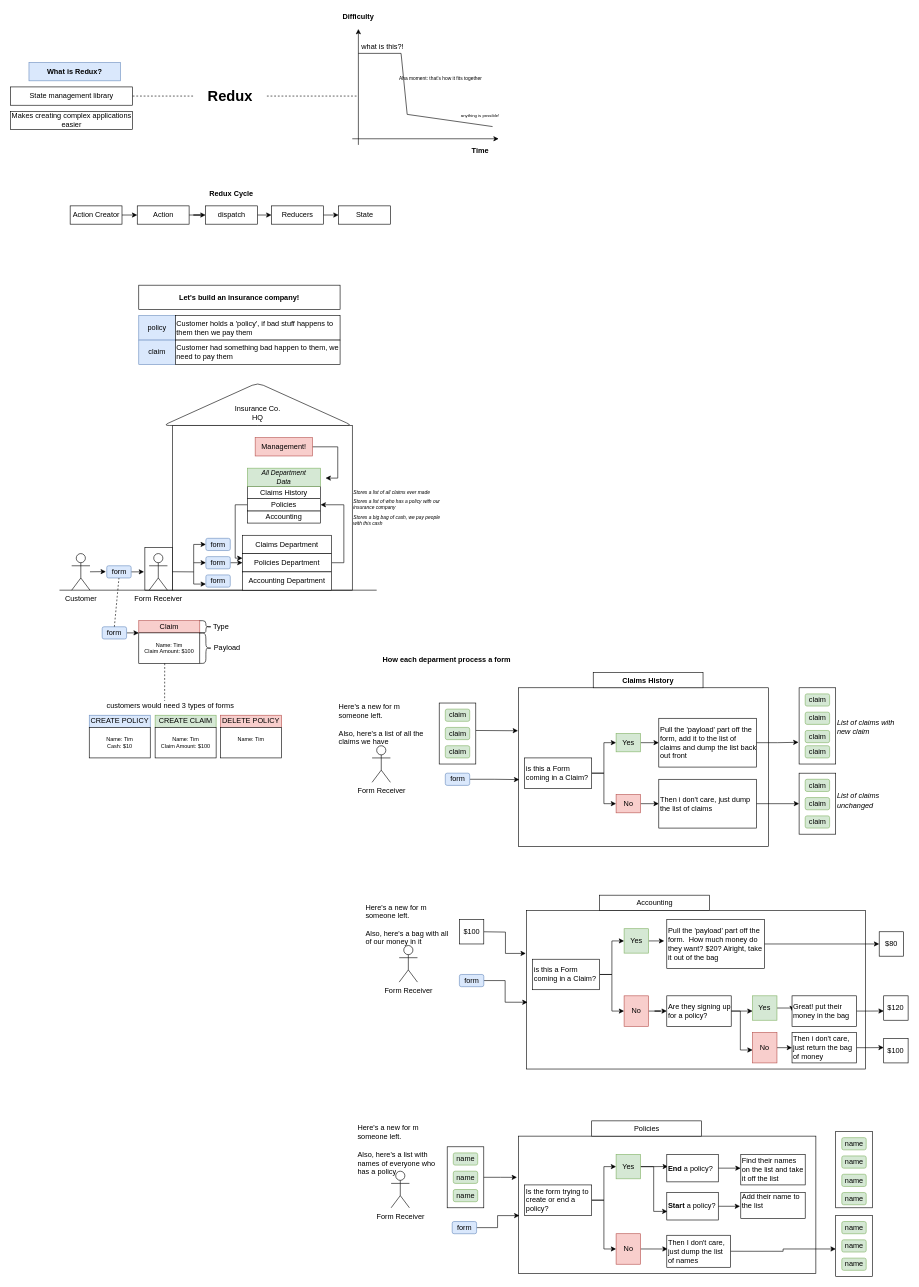
Earlier version of the draw.io diagram page "Redux" (8 of 8) of Porfolio App Diagram.drawio (khanhqthai/porfolio-app). Source tidied: cells renumbered, new cells numbered last; positions are measured from the earlier drawing's top-left corner, leaving out a move shared by most shapes. Both pictures are drawn from the tidied source at 61%, with x=0, y=0 at pixel (10, 10).
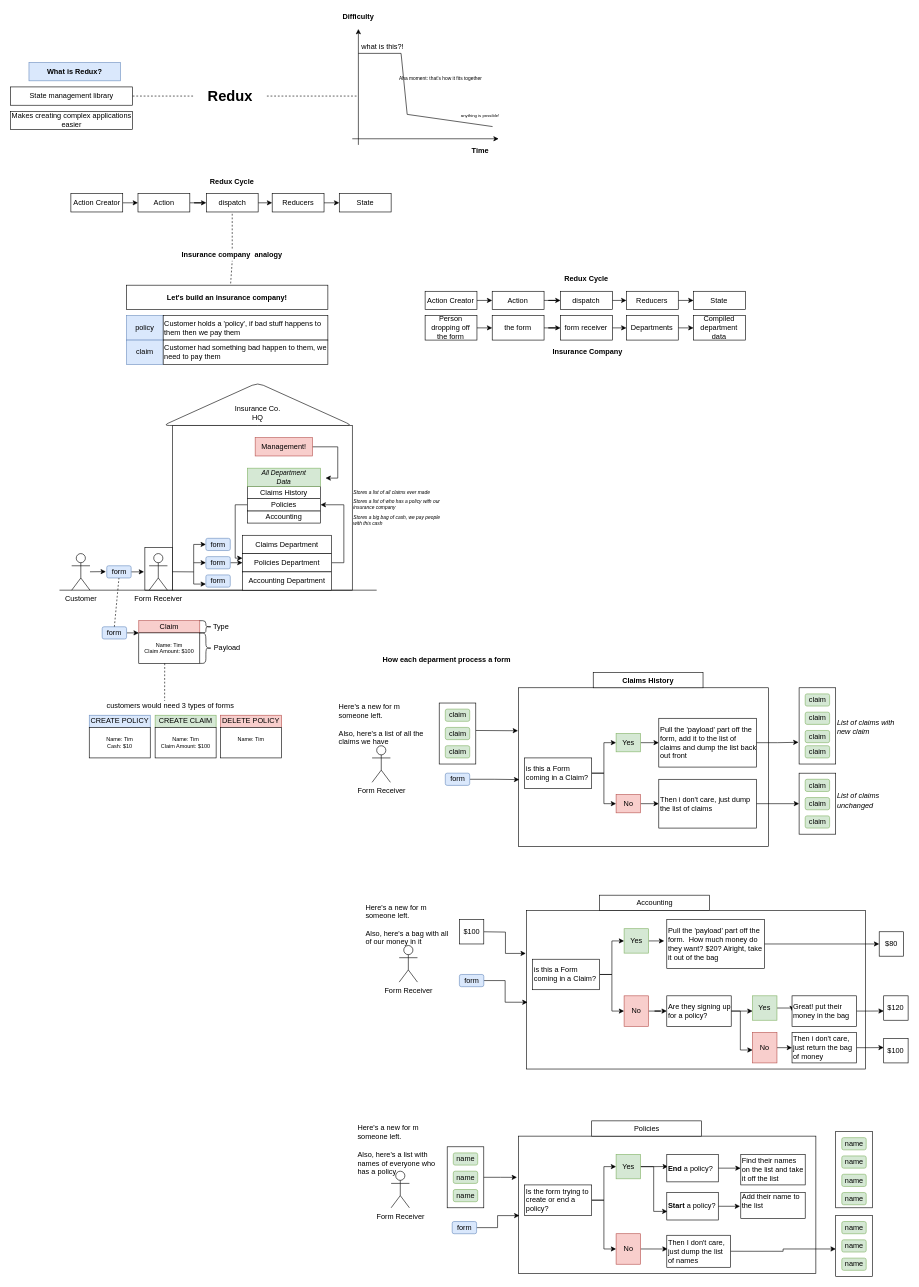
The same page after the edit.

Diff of the diagram source:
```diff
@@
     <mxCell id="23" value="Action Creator" style="rounded=0;whiteSpace=wrap;html=1;shadow=0;align=center;" parent="1" vertex="1">
-      <mxGeometry x="97.5" y="320" width="85" height="30" as="geometry" />
+      <mxGeometry x="98.7" y="300" width="85" height="30" as="geometry" />
     </mxCell>
@@
     <mxCell id="25" value="Action" style="rounded=0;whiteSpace=wrap;html=1;shadow=0;align=center;" parent="1" vertex="1">
-      <mxGeometry x="207.5" y="320" width="85" height="30" as="geometry" />
+      <mxGeometry x="208.7" y="300" width="85" height="30" as="geometry" />
     </mxCell>
@@
     <mxCell id="27" value="dispatch" style="rounded=0;whiteSpace=wrap;html=1;shadow=0;align=center;" parent="1" vertex="1">
-      <mxGeometry x="319.5" y="320" width="85" height="30" as="geometry" />
+      <mxGeometry x="320.7" y="300" width="85" height="30" as="geometry" />
     </mxCell>
@@
     <mxCell id="29" value="Reducers" style="rounded=0;whiteSpace=wrap;html=1;shadow=0;align=center;" parent="1" vertex="1">
-      <mxGeometry x="427.5" y="320" width="85" height="30" as="geometry" />
+      <mxGeometry x="428.7" y="300" width="85" height="30" as="geometry" />
     </mxCell>
     <mxCell id="30" value="State" style="rounded=0;whiteSpace=wrap;html=1;shadow=0;align=center;" parent="1" vertex="1">
-      <mxGeometry x="537.5" y="320" width="85" height="30" as="geometry" />
+      <mxGeometry x="538.7" y="300" width="85" height="30" as="geometry" />
     </mxCell>
     <mxCell id="31" value="&lt;b&gt;Redux Cycle&lt;br&gt;&lt;/b&gt;" style="text;html=1;strokeColor=none;fillColor=none;align=center;verticalAlign=middle;whiteSpace=wrap;rounded=0;shadow=0;" parent="1" vertex="1">
-      <mxGeometry x="312" y="290" width="100" height="20" as="geometry" />
+      <mxGeometry x="313.2" y="270" width="100" height="20" as="geometry" />
     </mxCell>
     <mxCell id="32" value="&lt;b&gt;Let's build an insurance company!&lt;/b&gt;" style="rounded=0;whiteSpace=wrap;html=1;shadow=0;align=center;" parent="1" vertex="1">
-      <mxGeometry x="210" y="450" width="330" height="40" as="geometry" />
+      <mxGeometry x="190" y="450" width="330" height="40" as="geometry" />
     </mxCell>
     <mxCell id="33" value="policy" style="rounded=0;whiteSpace=wrap;html=1;shadow=0;align=center;fillColor=#dae8fc;strokeColor=#6c8ebf;" parent="1" vertex="1">
-      <mxGeometry x="210" y="500" width="60" height="40" as="geometry" />
+      <mxGeometry x="190" y="500" width="60" height="40" as="geometry" />
     </mxCell>
     <mxCell id="34" value="&lt;div align=&quot;left&quot;&gt;Customer holds a 'policy', if bad stuff happens to them then we pay them&lt;/div&gt;" style="rounded=0;whiteSpace=wrap;html=1;shadow=0;align=left;" parent="1" vertex="1">
-      <mxGeometry x="270" y="500" width="270" height="40" as="geometry" />
+      <mxGeometry x="250" y="500" width="270" height="40" as="geometry" />
     </mxCell>
     <mxCell id="35" value="claim" style="rounded=0;whiteSpace=wrap;html=1;shadow=0;align=center;fillColor=#dae8fc;strokeColor=#6c8ebf;" parent="1" vertex="1">
-      <mxGeometry x="210" y="540" width="60" height="40" as="geometry" />
+      <mxGeometry x="190" y="540" width="60" height="40" as="geometry" />
     </mxCell>
     <mxCell id="36" value="&lt;div align=&quot;left&quot;&gt;Customer had something bad happen to them, we need to pay them&lt;br&gt;&lt;/div&gt;" style="rounded=0;whiteSpace=wrap;html=1;shadow=0;align=left;" parent="1" vertex="1">
-      <mxGeometry x="270" y="540" width="270" height="40" as="geometry" />
+      <mxGeometry x="250" y="540" width="270" height="40" as="geometry" />
     </mxCell>
@@
+    <mxCell id="188" value="&lt;b&gt;Insurance company&amp;nbsp; analogy&lt;/b&gt;" style="text;html=1;strokeColor=none;fillColor=none;align=center;verticalAlign=middle;whiteSpace=wrap;rounded=0;shadow=0;" parent="1" vertex="1">
+      <mxGeometry x="273.2" y="390" width="180" height="20" as="geometry" />
+    </mxCell>
+    <mxCell id="189" style="endArrow=none;dashed=1;html=1;entryX=0.5;entryY=1;entryDx=0;entryDy=0;exitX=0.5;exitY=0;exitDx=0;exitDy=0;" parent="1" edge="1" source="188" target="27">
+      <mxGeometry relative="1" as="geometry" />
+    </mxCell>
+    <mxCell id="190" style="endArrow=none;dashed=1;html=1;exitX=0.517;exitY=-0.072;exitDx=0;exitDy=0;exitPerimeter=0;entryX=0.5;entryY=1;entryDx=0;entryDy=0;" parent="1" edge="1" source="32" target="188">
+      <mxGeometry relative="1" as="geometry" />
+    </mxCell>
+    <mxCell id="191" style="edgeStyle=orthogonalEdgeStyle;rounded=0;jettySize=auto;html=1;exitX=1;exitY=0.5;exitDx=0;exitDy=0;entryX=0;entryY=0.5;entryDx=0;entryDy=0;" parent="1" edge="1" source="192" target="194">
+      <mxGeometry relative="1" as="geometry" />
+    </mxCell>
+    <mxCell id="192" value="Action Creator" style="rounded=0;whiteSpace=wrap;html=1;shadow=0;align=center;" parent="1" vertex="1">
+      <mxGeometry x="679.4" y="460" width="85" height="30" as="geometry" />
+    </mxCell>
+    <mxCell id="193" style="edgeStyle=orthogonalEdgeStyle;rounded=0;jettySize=auto;html=1;exitX=1;exitY=0.5;exitDx=0;exitDy=0;" parent="1" edge="1" source="194" target="196">
+      <mxGeometry relative="1" as="geometry" />
+    </mxCell>
+    <mxCell id="194" value="Action" style="rounded=0;whiteSpace=wrap;html=1;shadow=0;align=center;" parent="1" vertex="1">
+      <mxGeometry x="789.4" y="460" width="85" height="30" as="geometry" />
+    </mxCell>
+    <mxCell id="195" style="edgeStyle=orthogonalEdgeStyle;rounded=0;jettySize=auto;html=1;exitX=1;exitY=0.5;exitDx=0;exitDy=0;entryX=0;entryY=0.5;entryDx=0;entryDy=0;" parent="1" edge="1" source="196" target="198">
+      <mxGeometry relative="1" as="geometry" />
+    </mxCell>
+    <mxCell id="196" value="dispatch" style="rounded=0;whiteSpace=wrap;html=1;shadow=0;align=center;" parent="1" vertex="1">
+      <mxGeometry x="901.4" y="460" width="85" height="30" as="geometry" />
+    </mxCell>
+    <mxCell id="197" style="edgeStyle=orthogonalEdgeStyle;rounded=0;jettySize=auto;html=1;exitX=1;exitY=0.5;exitDx=0;exitDy=0;entryX=0;entryY=0.5;entryDx=0;entryDy=0;" parent="1" edge="1" source="198" target="199">
+      <mxGeometry relative="1" as="geometry" />
+    </mxCell>
+    <mxCell id="198" value="Reducers" style="rounded=0;whiteSpace=wrap;html=1;shadow=0;align=center;" parent="1" vertex="1">
+      <mxGeometry x="1009.4" y="460" width="85" height="30" as="geometry" />
+    </mxCell>
+    <mxCell id="199" value="State" style="rounded=0;whiteSpace=wrap;html=1;shadow=0;align=center;" parent="1" vertex="1">
+      <mxGeometry x="1119.4" y="460" width="85" height="30" as="geometry" />
+    </mxCell>
+    <mxCell id="200" value="&lt;b&gt;Redux Cycle&lt;br&gt;&lt;/b&gt;" style="text;html=1;strokeColor=none;fillColor=none;align=center;verticalAlign=middle;whiteSpace=wrap;rounded=0;shadow=0;" parent="1" vertex="1">
+      <mxGeometry x="893.9" y="430" width="100" height="20" as="geometry" />
+    </mxCell>
+    <mxCell id="201" style="edgeStyle=orthogonalEdgeStyle;rounded=0;jettySize=auto;html=1;exitX=1;exitY=0.5;exitDx=0;exitDy=0;entryX=0;entryY=0.5;entryDx=0;entryDy=0;" parent="1" edge="1" source="202" target="204">
+      <mxGeometry relative="1" as="geometry" />
+    </mxCell>
+    <mxCell id="202" value="Person dropping off the form" style="rounded=0;whiteSpace=wrap;html=1;shadow=0;align=center;" parent="1" vertex="1">
+      <mxGeometry x="679.4" y="500" width="85" height="40" as="geometry" />
+    </mxCell>
+    <mxCell id="203" style="edgeStyle=orthogonalEdgeStyle;rounded=0;jettySize=auto;html=1;exitX=1;exitY=0.5;exitDx=0;exitDy=0;" parent="1" edge="1" source="204" target="206">
+      <mxGeometry relative="1" as="geometry" />
+    </mxCell>
+    <mxCell id="204" value="the form" style="rounded=0;whiteSpace=wrap;html=1;shadow=0;align=center;" parent="1" vertex="1">
+      <mxGeometry x="789.4" y="500" width="85" height="40" as="geometry" />
+    </mxCell>
+    <mxCell id="205" style="edgeStyle=orthogonalEdgeStyle;rounded=0;jettySize=auto;html=1;exitX=1;exitY=0.5;exitDx=0;exitDy=0;entryX=0;entryY=0.5;entryDx=0;entryDy=0;" parent="1" edge="1" source="206" target="208">
+      <mxGeometry relative="1" as="geometry" />
+    </mxCell>
+    <mxCell id="206" value="form receiver" style="rounded=0;whiteSpace=wrap;html=1;shadow=0;align=center;" parent="1" vertex="1">
+      <mxGeometry x="901.4" y="500" width="85" height="40" as="geometry" />
+    </mxCell>
+    <mxCell id="207" style="edgeStyle=orthogonalEdgeStyle;rounded=0;jettySize=auto;html=1;exitX=1;exitY=0.5;exitDx=0;exitDy=0;entryX=0;entryY=0.5;entryDx=0;entryDy=0;" parent="1" edge="1" source="208" target="209">
+      <mxGeometry relative="1" as="geometry" />
+    </mxCell>
+    <mxCell id="208" value="Departments" style="rounded=0;whiteSpace=wrap;html=1;shadow=0;align=center;" parent="1" vertex="1">
+      <mxGeometry x="1009.4" y="500" width="85" height="40" as="geometry" />
+    </mxCell>
+    <mxCell id="209" value="Compiled department data" style="rounded=0;whiteSpace=wrap;html=1;shadow=0;align=center;" parent="1" vertex="1">
+      <mxGeometry x="1119.4" y="500" width="85" height="40" as="geometry" />
+    </mxCell>
+    <mxCell id="210" value="&lt;b&gt;Insurance Company&lt;/b&gt;" style="text;html=1;strokeColor=none;fillColor=none;align=center;verticalAlign=middle;whiteSpace=wrap;rounded=0;shadow=0;" parent="1" vertex="1">
+      <mxGeometry x="874.4" y="550" width="143.9" height="20" as="geometry" />
+    </mxCell>
```
